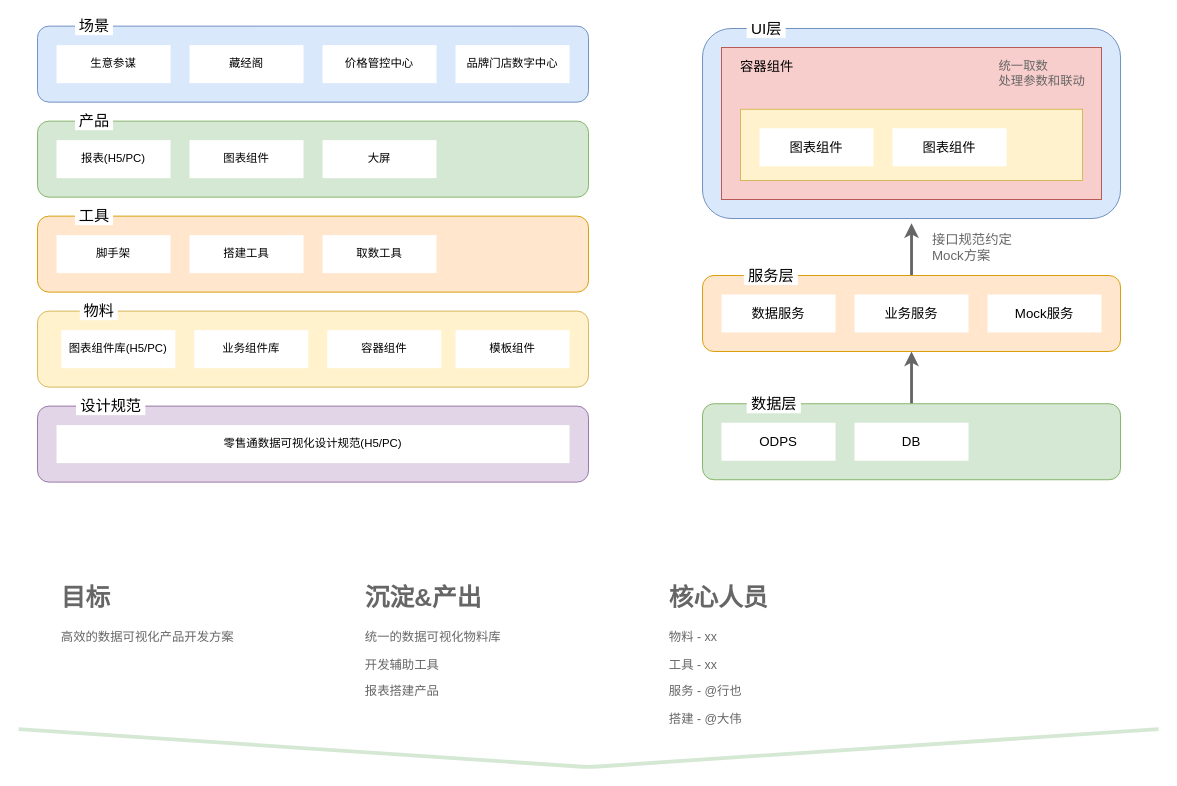
The draw.io diagram page "Page-1" (1 of 2) of LST可视化开发方案.drawio in zzuwzj/draw, before the edit. Source tidied: cells renumbered, new cells numbered last; positions are measured from the earlier drawing's top-left corner, leaving out a move shared by most shapes. Both pictures are drawn from the tidied source at 95%, with x=0, y=0 at pixel (18, 16).
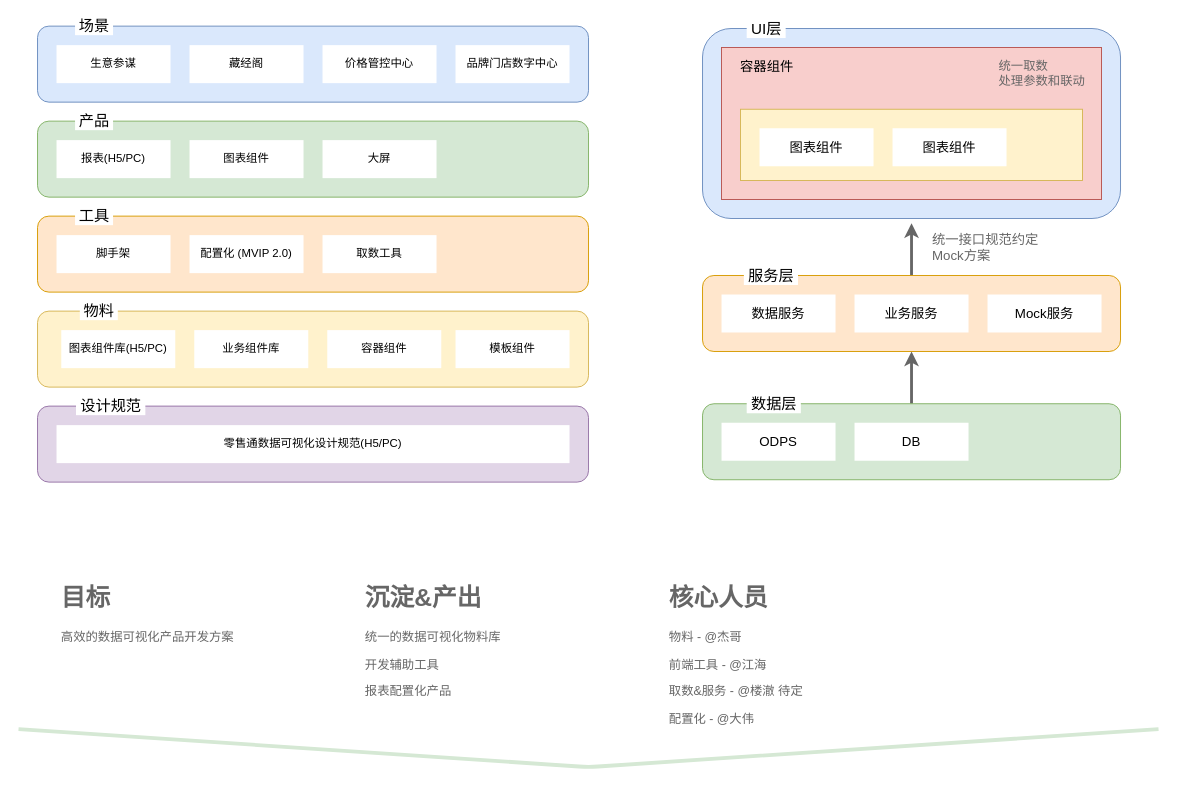
After the change.

Change to the diagram source:
```diff
@@
-    <mxCell id="20" value="搭建工具" style="rounded=0;whiteSpace=wrap;html=1;strokeColor=none;" parent="1" vertex="1">
+    <mxCell id="20" value="配置化 (MVIP 2.0)" style="rounded=0;whiteSpace=wrap;html=1;strokeColor=none;" parent="1" vertex="1">
       <mxGeometry x="180" y="230" width="120" height="40" as="geometry" />
     </mxCell>
@@
-    <mxCell id="42" value="接口规范约定&lt;br&gt;Mock方案&lt;br&gt;" style="text;html=1;strokeColor=none;fillColor=none;align=left;verticalAlign=middle;whiteSpace=wrap;rounded=0;labelBackgroundColor=#ffffff;fontSize=14;fontColor=#666666;" parent="1" vertex="1">
+    <mxCell id="42" value="统一接口规范约定&lt;br&gt;Mock方案&lt;br&gt;" style="text;html=1;strokeColor=none;fillColor=none;align=left;verticalAlign=middle;whiteSpace=wrap;rounded=0;labelBackgroundColor=#ffffff;fontSize=14;fontColor=#666666;" parent="1" vertex="1">
       <mxGeometry x="960" y="227.5" width="120" height="30" as="geometry" />
     </mxCell>
@@
-    <mxCell id="46" value="&lt;h1&gt;沉淀&amp;amp;产出&lt;/h1&gt;&lt;p&gt;统一的数据可视化物料库&lt;/p&gt;&lt;p&gt;开发辅助工具&lt;/p&gt;&lt;p&gt;报表搭建产品&lt;/p&gt;" style="text;html=1;strokeColor=none;fillColor=none;spacing=5;spacingTop=-20;whiteSpace=wrap;overflow=hidden;rounded=0;labelBackgroundColor=none;fontSize=13;fontColor=#666666;align=left;" parent="1" vertex="1">
+    <mxCell id="46" value="&lt;h1&gt;沉淀&amp;amp;产出&lt;/h1&gt;&lt;p&gt;统一的数据可视化物料库&lt;/p&gt;&lt;p&gt;开发辅助工具&lt;/p&gt;&lt;p&gt;报表配置化产品&lt;/p&gt;" style="text;html=1;strokeColor=none;fillColor=none;spacing=5;spacingTop=-20;whiteSpace=wrap;overflow=hidden;rounded=0;labelBackgroundColor=none;fontSize=13;fontColor=#666666;align=left;" parent="1" vertex="1">
       <mxGeometry x="360" y="590" width="190" height="160" as="geometry" />
     </mxCell>
-    <mxCell id="47" value="&lt;h1&gt;核心人员&lt;/h1&gt;&lt;p&gt;物料 - xx&lt;/p&gt;&lt;p&gt;工具 - xx&lt;/p&gt;&lt;p&gt;服务 - @行也&lt;/p&gt;&lt;p&gt;搭建 - @大伟&lt;/p&gt;" style="text;html=1;strokeColor=none;fillColor=none;spacing=5;spacingTop=-20;whiteSpace=wrap;overflow=hidden;rounded=0;labelBackgroundColor=none;fontSize=13;fontColor=#666666;align=left;" parent="1" vertex="1">
+    <mxCell id="47" value="&lt;h1&gt;核心人员&lt;/h1&gt;&lt;p&gt;物料 - @杰哥&lt;/p&gt;&lt;p&gt;前端工具 - @江海&lt;/p&gt;&lt;p&gt;取数&amp;amp;服务 - @楼澈 待定&lt;/p&gt;&lt;p&gt;配置化 - @大伟&lt;/p&gt;" style="text;html=1;strokeColor=none;fillColor=none;spacing=5;spacingTop=-20;whiteSpace=wrap;overflow=hidden;rounded=0;labelBackgroundColor=none;fontSize=13;fontColor=#666666;align=left;" parent="1" vertex="1">
       <mxGeometry x="680" y="590" width="190" height="160" as="geometry" />
     </mxCell>
```
